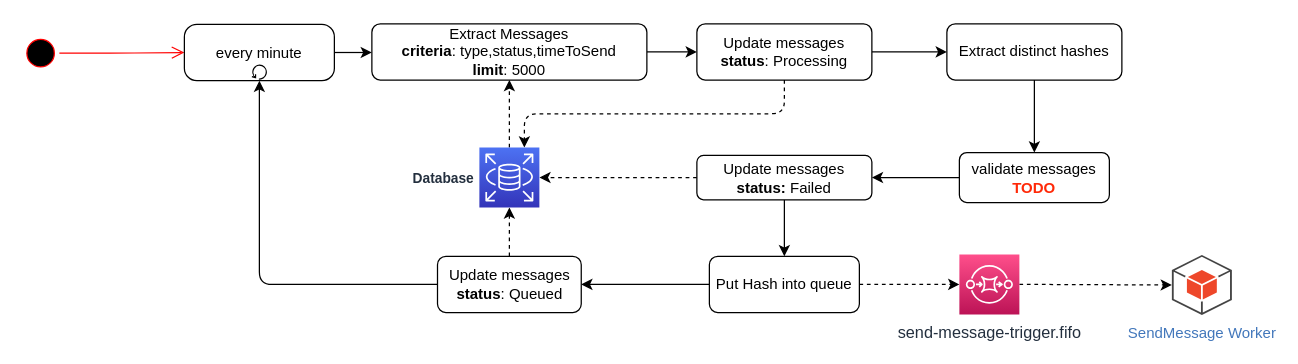
Earlier version of the draw.io diagram jobs/Message Packer Job.drawio (CallLoop/CL2-diagrams). Source tidied: cells renumbered, new cells numbered last; positions are measured from the earlier drawing's top-left corner, leaving out a move shared by most shapes. Both pictures are drawn from the tidied source at 125%, with x=0, y=0 at pixel (21, 24).
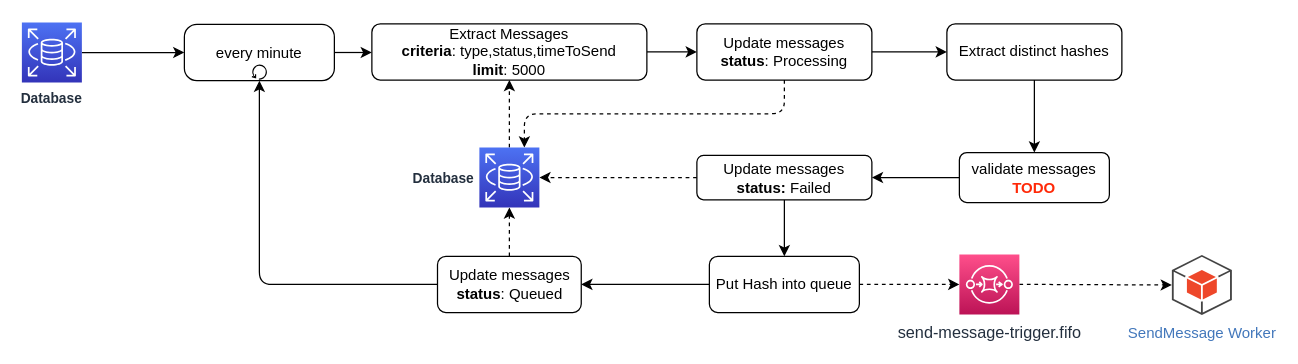
Above is the later version.

Unchanged cells that the change refers to:
```xml
<mxCell id="5" value="every minute" style="points=[[0.25,0,0],[0.5,0,0],[0.75,0,0],[1,0.25,0],[1,0.5,0],[1,0.75,0],[0.75,1,0],[0.5,1,0],[0.25,1,0],[0,0.75,0],[0,0.5,0],[0,0.25,0]];shape=mxgraph.bpmn.task;whiteSpace=wrap;rectStyle=rounded;size=10;taskMarker=abstract;isLoopStandard=1;" parent="1" vertex="1">
  <mxGeometry x="130" width="120" height="45" as="geometry" />
</mxCell>
```

Diff of the diagram source:
```diff
@@
-    <mxCell id="2" style="ellipse;html=1;shape=startState;fillColor=#000000;strokeColor=#ff0000;" parent="1" vertex="1">
-      <mxGeometry y="8" width="30" height="30" as="geometry" />
-    </mxCell>
-    <mxCell id="3" style="edgeStyle=orthogonalEdgeStyle;html=1;verticalAlign=bottom;endArrow=open;endSize=8;strokeColor=#ff0000;rounded=1;exitX=1;exitY=0.5;exitDx=0;exitDy=0;entryX=0;entryY=0.5;entryDx=0;entryDy=0;entryPerimeter=0;" parent="1" edge="1" source="2" target="5">
-      <mxGeometry relative="1" as="geometry" />
-    </mxCell>
@@
+    <mxCell id="29" style="edgeStyle=orthogonalEdgeStyle;rounded=1;jettySize=auto;html=1;exitX=1;exitY=0.5;exitDx=0;exitDy=0;exitPerimeter=0;entryX=0;entryY=0.5;entryDx=0;entryDy=0;entryPerimeter=0;" parent="1" edge="1" source="30" target="5">
+      <mxGeometry relative="1" as="geometry" />
+    </mxCell>
+    <mxCell id="30" value="Database" style="sketch=0;points=[[0,0,0],[0.25,0,0],[0.5,0,0],[0.75,0,0],[1,0,0],[0,1,0],[0.25,1,0],[0.5,1,0],[0.75,1,0],[1,1,0],[0,0.25,0],[0,0.5,0],[0,0.75,0],[1,0.25,0],[1,0.5,0],[1,0.75,0]];outlineConnect=0;fontColor=#232F3E;gradientColor=#4D72F3;gradientDirection=north;fillColor=#3334B9;strokeColor=#ffffff;dashed=0;verticalLabelPosition=bottom;verticalAlign=top;align=center;fontSize=11;fontStyle=1;shape=mxgraph.aws4.resourceIcon;resIcon=mxgraph.aws4.rds;labelBackgroundColor=none;labelBorderColor=none;fontFamily=Helvetica;" parent="1" vertex="1">
+      <mxGeometry y="-1.5" width="48" height="48" as="geometry" />
+    </mxCell>
```
